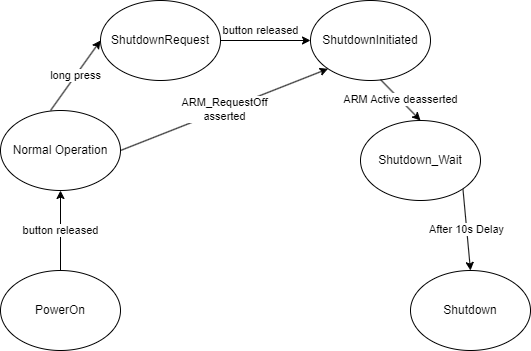
Before: documentation/power manager state diagram.png, a diagram exported from draw.io (laurencebarker/Saturn-power-manager). Source tidied: cells renumbered, new cells last; positions are measured from the earlier drawing's top-left corner, leaving out a move shared by most shapes.
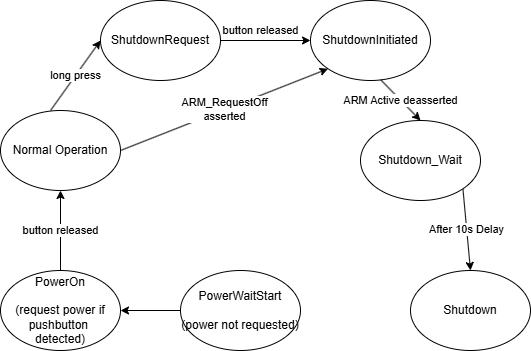
Later version of the same file.

Change to the diagram source:
```diff
@@ -2,7 +2,7 @@
   <root>
     <mxCell id="0" />
     <mxCell id="1" parent="0" />
-    <mxCell id="2" value="PowerOn" style="ellipse;whiteSpace=wrap;html=1;" parent="1" vertex="1">
+    <mxCell id="2" value="PowerOn&lt;div&gt;&lt;br&gt;&lt;/div&gt;&lt;div&gt;(request power if pushbutton&amp;nbsp;&lt;/div&gt;&lt;div&gt;detected)&lt;/div&gt;" style="ellipse;whiteSpace=wrap;html=1;" parent="1" vertex="1">
       <mxGeometry y="270" width="120" height="80" as="geometry" />
     </mxCell>
     <mxCell id="3" value="Normal Operation" style="ellipse;whiteSpace=wrap;html=1;" parent="1" vertex="1">
@@ -38,5 +38,11 @@
     <mxCell id="13" value="ARM_RequestOff &lt;br&gt;asserted" style="endArrow=classic;html=1;rounded=0;exitX=1;exitY=0.5;exitDx=0;exitDy=0;entryX=0;entryY=1;entryDx=0;entryDy=0;endFill=1;" parent="1" edge="1" source="3" target="5">
       <mxGeometry relative="1" as="geometry" />
     </mxCell>
+    <mxCell id="14" value="PowerWaitStart&lt;div&gt;&lt;br&gt;&lt;/div&gt;&lt;div&gt;(power not requested)&lt;/div&gt;" style="ellipse;whiteSpace=wrap;html=1;" parent="1" vertex="1">
+      <mxGeometry x="180" y="270" width="120" height="80" as="geometry" />
+    </mxCell>
+    <mxCell id="15" style="endArrow=classic;html=1;rounded=0;exitX=0;exitY=0.5;exitDx=0;exitDy=0;entryX=1;entryY=0.5;entryDx=0;entryDy=0;" parent="1" edge="1" source="14" target="2">
+      <mxGeometry relative="1" as="geometry" />
+    </mxCell>
   </root>
 </mxGraphModel>
```
